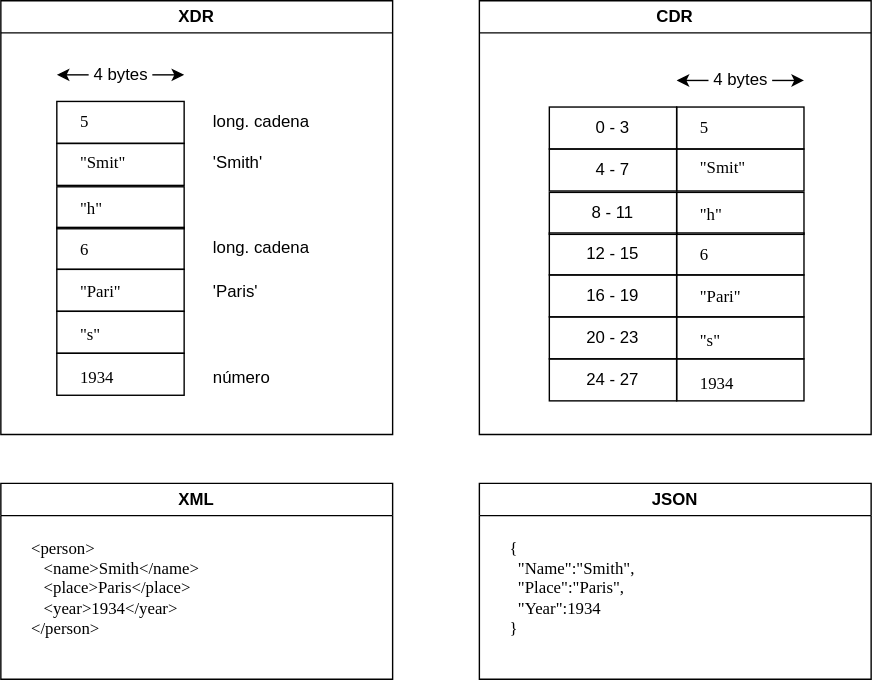
Above: transparencias/ssdd_rpc/ssdd_rpc_drawio_40.svg in acaldero/uc3m_sd (draw.io), before the change. Source tidied: cells renumbered, new cells last; positions are measured from the earlier drawing's top-left corner, leaving out a move shared by most shapes.
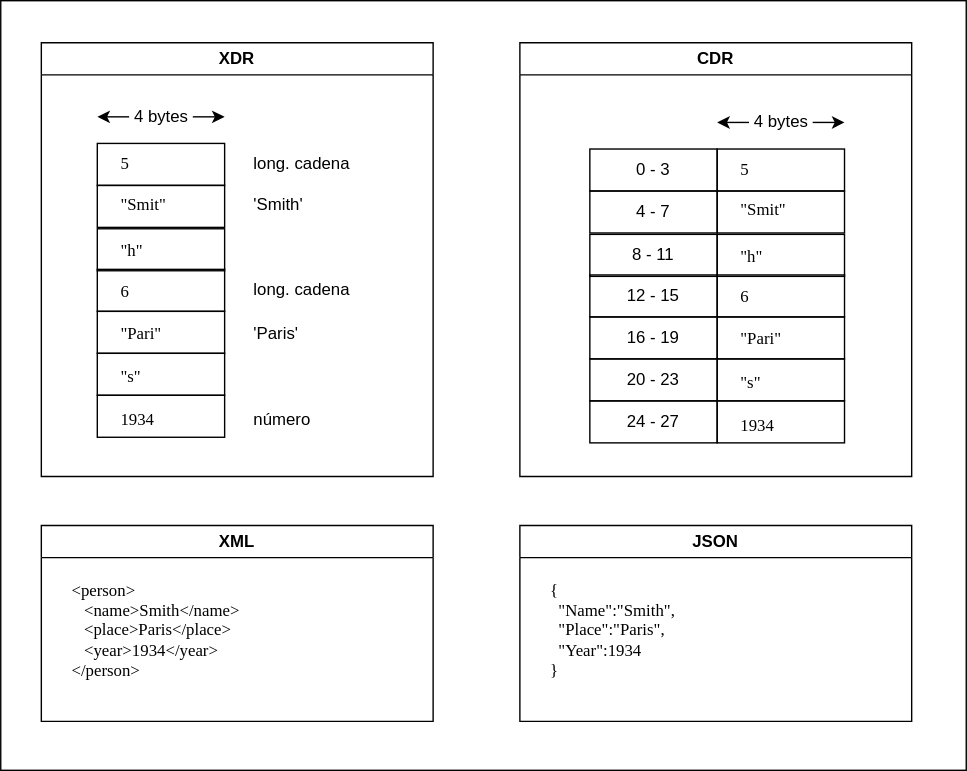
The same file after the commit.

What changed in the source:
```diff
@@ -2,6 +2,9 @@
   <root>
     <mxCell id="0" />
     <mxCell id="1" parent="0" />
+    <mxCell id="58" style="rounded=0;whiteSpace=wrap;html=1;" parent="1" vertex="1">
+      <mxGeometry x="-29" y="-30" width="690" height="550" as="geometry" />
+    </mxCell>
     <mxCell id="2" value="long. cadena" style="text;html=1;align=left;verticalAlign=middle;whiteSpace=wrap;rounded=0;" parent="1" vertex="1">
       <mxGeometry x="150" y="72" width="110" height="30" as="geometry" />
     </mxCell>
```
